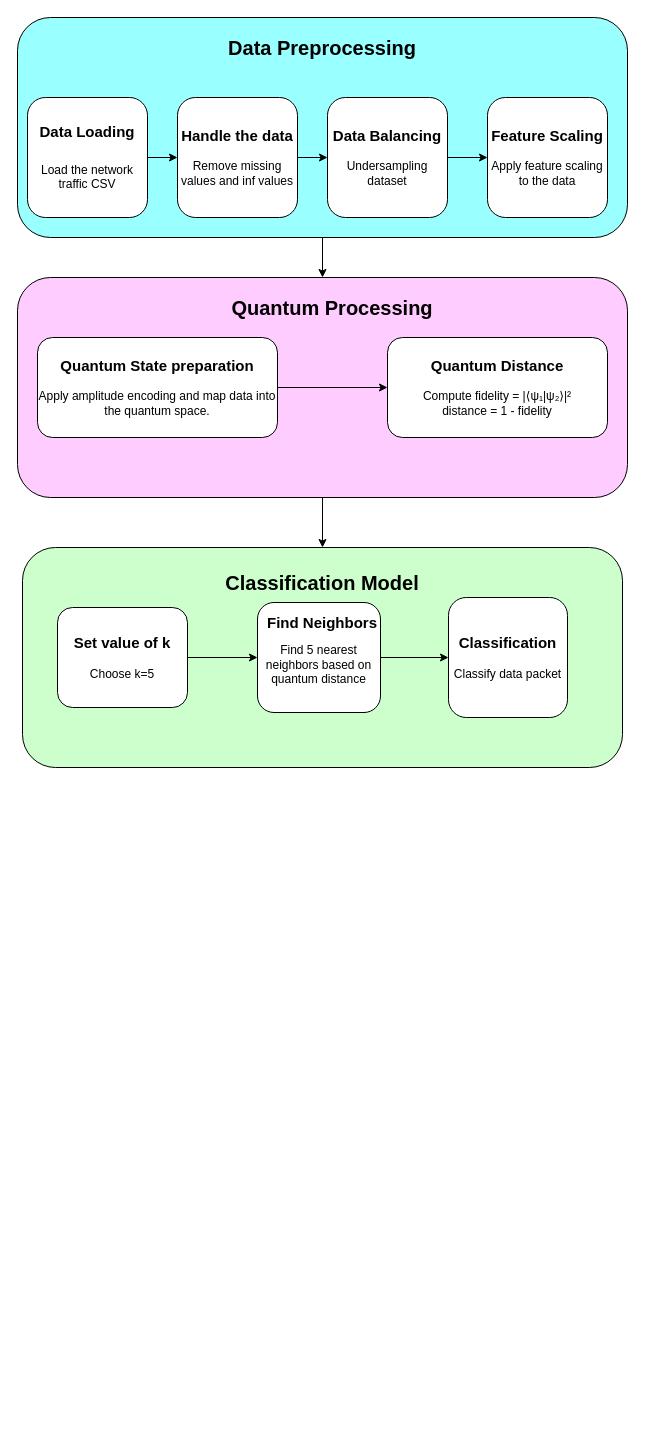
The draw.io diagram Untitled Diagram.drawio in AkshayMMurthy/abc, before the edit. Source tidied: cells renumbered, new cells numbered last; positions are measured from the earlier drawing's top-left corner, leaving out a move shared by most shapes. Both pictures are drawn from the tidied source at 100%, with x=0, y=0 at pixel (17, 17).
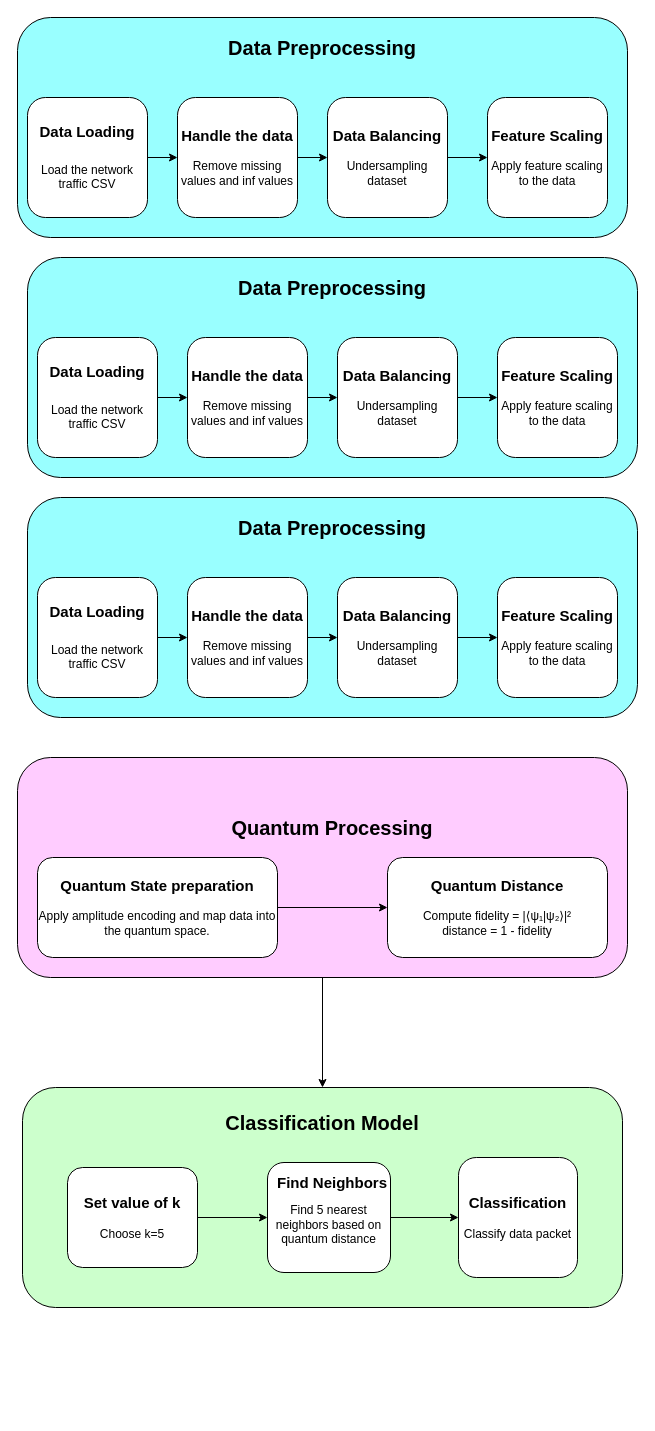
The same page after the edit.

Unchanged cells that the change refers to:
```xml
<mxCell id="3" style="rounded=1;whiteSpace=wrap;html=1;fillColor=light-dark(#99FFFF,#99FFFF);" parent="1" vertex="1">
  <mxGeometry width="610" height="220" as="geometry" />
</mxCell>
```

Change to the diagram source:
```diff
@@
-    <mxCell id="2" style="edgeStyle=orthogonalEdgeStyle;rounded=0;jettySize=auto;html=1;" parent="1" edge="1" source="3" target="5">
-      <mxGeometry relative="1" as="geometry" />
-    </mxCell>
@@
     <mxCell id="5" style="rounded=1;whiteSpace=wrap;html=1;fillColor=light-dark(#FFCCFF,#FFCCFF);" parent="1" vertex="1">
-      <mxGeometry y="260" width="610" height="220" as="geometry" />
+      <mxGeometry y="740" width="610" height="220" as="geometry" />
     </mxCell>
     <mxCell id="6" value="&lt;div&gt;&lt;br&gt;&lt;/div&gt;&lt;div&gt;&lt;br&gt;&lt;/div&gt;&lt;div&gt;&lt;br&gt;&lt;/div&gt;&lt;div&gt;&lt;br&gt;&lt;/div&gt;&lt;div&gt;&lt;br&gt;&lt;/div&gt;&lt;div&gt;&lt;br&gt;&lt;/div&gt;&lt;div&gt;&lt;br&gt;&lt;/div&gt;&lt;div&gt;&lt;br&gt;&lt;/div&gt;&lt;div&gt;&lt;br&gt;&lt;/div&gt;&lt;div&gt;&lt;font style=&quot;font-size: 20px;&quot;&gt;&lt;b&gt;Classification Model&lt;/b&gt;&lt;/font&gt;&lt;div&gt;&lt;font style=&quot;font-size: 20px;&quot;&gt;&lt;b&gt;&lt;br&gt;&lt;/b&gt;&lt;/font&gt;&lt;/div&gt;&lt;div&gt;&lt;font style=&quot;font-size: 20px;&quot;&gt;&lt;b&gt;&lt;br&gt;&lt;/b&gt;&lt;/font&gt;&lt;/div&gt;&lt;div&gt;&lt;font style=&quot;font-size: 20px;&quot;&gt;&lt;b&gt;&lt;br&gt;&lt;/b&gt;&lt;/font&gt;&lt;/div&gt;&lt;div&gt;&lt;font style=&quot;font-size: 20px;&quot;&gt;&lt;b&gt;&lt;br&gt;&lt;/b&gt;&lt;/font&gt;&lt;/div&gt;&lt;div&gt;&lt;font style=&quot;font-size: 20px;&quot;&gt;&lt;b&gt;&lt;br&gt;&lt;/b&gt;&lt;/font&gt;&lt;/div&gt;&lt;div&gt;&lt;font style=&quot;font-size: 20px;&quot;&gt;&lt;b&gt;&lt;br&gt;&lt;/b&gt;&lt;/font&gt;&lt;/div&gt;&lt;div&gt;&lt;font style=&quot;font-size: 20px;&quot;&gt;&lt;b&gt;&lt;br&gt;&lt;/b&gt;&lt;/font&gt;&lt;/div&gt;&lt;div&gt;&lt;font style=&quot;font-size: 20px;&quot;&gt;&lt;b&gt;&lt;br&gt;&lt;/b&gt;&lt;/font&gt;&lt;/div&gt;&lt;div&gt;&lt;font style=&quot;font-size: 20px;&quot;&gt;&lt;b&gt;&lt;br&gt;&lt;/b&gt;&lt;/font&gt;&lt;/div&gt;&lt;div&gt;&lt;font style=&quot;font-size: 20px;&quot;&gt;&lt;b&gt;&lt;br&gt;&lt;/b&gt;&lt;/font&gt;&lt;/div&gt;&lt;div&gt;&lt;font style=&quot;font-size: 20px;&quot;&gt;&lt;b&gt;&lt;br&gt;&lt;/b&gt;&lt;/font&gt;&lt;/div&gt;&lt;div&gt;&lt;br&gt;&lt;/div&gt;&lt;/div&gt;" style="rounded=1;whiteSpace=wrap;html=1;fillColor=light-dark(#CCFFCC,#CCFFCC);" parent="1" vertex="1">
-      <mxGeometry x="5" y="530" width="600" height="220" as="geometry" />
+      <mxGeometry x="5" y="1070" width="600" height="220" as="geometry" />
     </mxCell>
@@
     <mxCell id="15" value="&lt;span style=&quot;font-size: 20px;&quot;&gt;&lt;b&gt;Quantum Processing&lt;/b&gt;&lt;/span&gt;" style="text;html=1;align=center;verticalAlign=middle;whiteSpace=wrap;rounded=0;" parent="1" vertex="1">
-      <mxGeometry x="20" y="270" width="590" height="40" as="geometry" />
+      <mxGeometry x="20" y="790" width="590" height="40" as="geometry" />
     </mxCell>
@@
     <mxCell id="17" value="&lt;div&gt;&lt;font style=&quot;font-size: 15px;&quot;&gt;&lt;b style=&quot;&quot;&gt;Quantum State preparation&lt;/b&gt;&lt;/font&gt;&lt;/div&gt;&lt;div&gt;&lt;br&gt;&lt;/div&gt;Apply amplitude encoding and map data into&lt;div&gt;the quantum space.&lt;/div&gt;" style="rounded=1;whiteSpace=wrap;html=1;" parent="1" vertex="1">
-      <mxGeometry x="20" y="320" width="240" height="100" as="geometry" />
+      <mxGeometry x="20" y="840" width="240" height="100" as="geometry" />
     </mxCell>
     <mxCell id="18" value="&lt;font style=&quot;font-size: 15px;&quot;&gt;&lt;b&gt;Quantum Distance&lt;/b&gt;&lt;/font&gt;&lt;div&gt;&lt;br&gt;&lt;/div&gt;&lt;div&gt;Compute fidelity&amp;nbsp;&lt;span style=&quot;background-color: transparent; color: light-dark(rgb(0, 0, 0), rgb(255, 255, 255));&quot;&gt;= |⟨ψ₁|ψ₂⟩|²&lt;/span&gt;&lt;/div&gt;&lt;div&gt;distance = 1 - fidelity&lt;span style=&quot;background-color: transparent; color: light-dark(rgb(0, 0, 0), rgb(255, 255, 255));&quot;&gt;&lt;/span&gt;&lt;/div&gt;" style="rounded=1;whiteSpace=wrap;html=1;" parent="1" vertex="1">
-      <mxGeometry x="370" y="320" width="220" height="100" as="geometry" />
+      <mxGeometry x="370" y="840" width="220" height="100" as="geometry" />
     </mxCell>
@@
     <mxCell id="20" value="&lt;div&gt;&lt;br&gt;&lt;/div&gt;Find 5 nearest neighbors based on quantum distance" style="rounded=1;whiteSpace=wrap;html=1;" parent="1" vertex="1">
-      <mxGeometry x="240" y="585" width="123" height="110" as="geometry" />
+      <mxGeometry x="250" y="1145" width="123" height="110" as="geometry" />
     </mxCell>
@@
     <mxCell id="22" value="&lt;b&gt;&lt;font style=&quot;font-size: 15px;&quot;&gt;Set value of k&lt;/font&gt;&lt;/b&gt;&lt;div&gt;&lt;br&gt;&lt;/div&gt;&lt;div&gt;Choose k=5&lt;/div&gt;" style="rounded=1;whiteSpace=wrap;html=1;" parent="1" vertex="1">
-      <mxGeometry x="40" y="590" width="130" height="100" as="geometry" />
+      <mxGeometry x="50" y="1150" width="130" height="100" as="geometry" />
     </mxCell>
     <mxCell id="23" value="&lt;b&gt;&lt;font style=&quot;font-size: 15px;&quot;&gt;Classification&lt;/font&gt;&lt;/b&gt;&lt;div&gt;&lt;br&gt;&lt;/div&gt;&lt;div&gt;Classify data packet&lt;/div&gt;" style="rounded=1;whiteSpace=wrap;html=1;" parent="1" vertex="1">
-      <mxGeometry x="431" y="580" width="119" height="120" as="geometry" />
+      <mxGeometry x="441" y="1140" width="119" height="120" as="geometry" />
     </mxCell>
     <mxCell id="24" value="Find Neighbors" style="text;html=1;align=center;verticalAlign=middle;whiteSpace=wrap;rounded=0;fontSize=15;fontStyle=1;" parent="1" vertex="1">
-      <mxGeometry x="240" y="590" width="130" height="30" as="geometry" />
+      <mxGeometry x="250" y="1150" width="130" height="30" as="geometry" />
     </mxCell>
+    <mxCell id="25" style="rounded=1;whiteSpace=wrap;html=1;fillColor=light-dark(#99FFFF,#99FFFF);" parent="1" vertex="1">
+      <mxGeometry x="10" y="480" width="610" height="220" as="geometry" />
+    </mxCell>
+    <mxCell id="26" value="&lt;font style=&quot;font-size: 20px;&quot;&gt;&lt;b&gt;Data Preprocessing&lt;/b&gt;&lt;/font&gt;" style="text;html=1;align=center;verticalAlign=middle;whiteSpace=wrap;rounded=0;" parent="1" vertex="1">
+      <mxGeometry x="20" y="490" width="590" height="40" as="geometry" />
+    </mxCell>
+    <mxCell id="27" style="edgeStyle=orthogonalEdgeStyle;rounded=0;jettySize=auto;html=1;" parent="1" edge="1" source="28" target="30">
+      <mxGeometry relative="1" as="geometry" />
+    </mxCell>
+    <mxCell id="28" value="&lt;font style=&quot;font-size: 15px;&quot;&gt;&lt;b style=&quot;&quot;&gt;Data Loading&lt;/b&gt;&lt;/font&gt;&lt;div&gt;&lt;span style=&quot;font-size: 18px;&quot;&gt;&lt;b&gt;&lt;br&gt;&lt;/b&gt;&lt;/span&gt;&lt;div&gt;Load the network traffic CSV&lt;/div&gt;&lt;/div&gt;" style="rounded=1;whiteSpace=wrap;html=1;" parent="1" vertex="1">
+      <mxGeometry x="20" y="560" width="120" height="120" as="geometry" />
+    </mxCell>
+    <mxCell id="29" style="edgeStyle=orthogonalEdgeStyle;rounded=0;jettySize=auto;html=1;" parent="1" edge="1" source="30" target="32">
+      <mxGeometry relative="1" as="geometry" />
+    </mxCell>
+    <mxCell id="30" value="&lt;font style=&quot;font-size: 15px;&quot;&gt;&lt;b&gt;Handle the data&lt;/b&gt;&lt;/font&gt;&lt;div&gt;&lt;br&gt;&lt;/div&gt;&lt;div&gt;Remove missing values and inf values&lt;/div&gt;" style="rounded=1;whiteSpace=wrap;html=1;" parent="1" vertex="1">
+      <mxGeometry x="170" y="560" width="120" height="120" as="geometry" />
+    </mxCell>
+    <mxCell id="31" style="edgeStyle=orthogonalEdgeStyle;rounded=0;jettySize=auto;html=1;" parent="1" edge="1" source="32" target="33">
+      <mxGeometry relative="1" as="geometry" />
+    </mxCell>
+    <mxCell id="32" value="&lt;font style=&quot;font-size: 15px;&quot;&gt;&lt;b&gt;Data Balancing&lt;/b&gt;&lt;/font&gt;&lt;div&gt;&lt;br&gt;&lt;/div&gt;&lt;div&gt;Undersampling dataset&lt;/div&gt;" style="rounded=1;whiteSpace=wrap;html=1;" parent="1" vertex="1">
+      <mxGeometry x="320" y="560" width="120" height="120" as="geometry" />
+    </mxCell>
+    <mxCell id="33" value="&lt;font style=&quot;font-size: 15px;&quot;&gt;&lt;b&gt;Feature Scaling&lt;/b&gt;&lt;/font&gt;&lt;div&gt;&lt;br&gt;&lt;/div&gt;&lt;div&gt;Apply feature scaling to the data&lt;/div&gt;" style="rounded=1;whiteSpace=wrap;html=1;" parent="1" vertex="1">
+      <mxGeometry x="480" y="560" width="120" height="120" as="geometry" />
+    </mxCell>
+    <mxCell id="34" style="rounded=1;whiteSpace=wrap;html=1;fillColor=light-dark(#99FFFF,#99FFFF);" parent="1" vertex="1">
+      <mxGeometry x="10" y="240" width="610" height="220" as="geometry" />
+    </mxCell>
+    <mxCell id="35" value="&lt;font style=&quot;font-size: 20px;&quot;&gt;&lt;b&gt;Data Preprocessing&lt;/b&gt;&lt;/font&gt;" style="text;html=1;align=center;verticalAlign=middle;whiteSpace=wrap;rounded=0;" parent="1" vertex="1">
+      <mxGeometry x="20" y="250" width="590" height="40" as="geometry" />
+    </mxCell>
+    <mxCell id="36" style="edgeStyle=orthogonalEdgeStyle;rounded=0;jettySize=auto;html=1;" parent="1" edge="1" source="37" target="39">
+      <mxGeometry relative="1" as="geometry" />
+    </mxCell>
+    <mxCell id="37" value="&lt;font style=&quot;font-size: 15px;&quot;&gt;&lt;b style=&quot;&quot;&gt;Data Loading&lt;/b&gt;&lt;/font&gt;&lt;div&gt;&lt;span style=&quot;font-size: 18px;&quot;&gt;&lt;b&gt;&lt;br&gt;&lt;/b&gt;&lt;/span&gt;&lt;div&gt;Load the network traffic CSV&lt;/div&gt;&lt;/div&gt;" style="rounded=1;whiteSpace=wrap;html=1;" parent="1" vertex="1">
+      <mxGeometry x="20" y="320" width="120" height="120" as="geometry" />
+    </mxCell>
+    <mxCell id="38" style="edgeStyle=orthogonalEdgeStyle;rounded=0;jettySize=auto;html=1;" parent="1" edge="1" source="39" target="41">
+      <mxGeometry relative="1" as="geometry" />
+    </mxCell>
+    <mxCell id="39" value="&lt;font style=&quot;font-size: 15px;&quot;&gt;&lt;b&gt;Handle the data&lt;/b&gt;&lt;/font&gt;&lt;div&gt;&lt;br&gt;&lt;/div&gt;&lt;div&gt;Remove missing values and inf values&lt;/div&gt;" style="rounded=1;whiteSpace=wrap;html=1;" parent="1" vertex="1">
+      <mxGeometry x="170" y="320" width="120" height="120" as="geometry" />
+    </mxCell>
+    <mxCell id="40" style="edgeStyle=orthogonalEdgeStyle;rounded=0;jettySize=auto;html=1;" parent="1" edge="1" source="41" target="42">
+      <mxGeometry relative="1" as="geometry" />
+    </mxCell>
+    <mxCell id="41" value="&lt;font style=&quot;font-size: 15px;&quot;&gt;&lt;b&gt;Data Balancing&lt;/b&gt;&lt;/font&gt;&lt;div&gt;&lt;br&gt;&lt;/div&gt;&lt;div&gt;Undersampling dataset&lt;/div&gt;" style="rounded=1;whiteSpace=wrap;html=1;" parent="1" vertex="1">
+      <mxGeometry x="320" y="320" width="120" height="120" as="geometry" />
+    </mxCell>
+    <mxCell id="42" value="&lt;font style=&quot;font-size: 15px;&quot;&gt;&lt;b&gt;Feature Scaling&lt;/b&gt;&lt;/font&gt;&lt;div&gt;&lt;br&gt;&lt;/div&gt;&lt;div&gt;Apply feature scaling to the data&lt;/div&gt;" style="rounded=1;whiteSpace=wrap;html=1;" parent="1" vertex="1">
+      <mxGeometry x="480" y="320" width="120" height="120" as="geometry" />
+    </mxCell>
```
